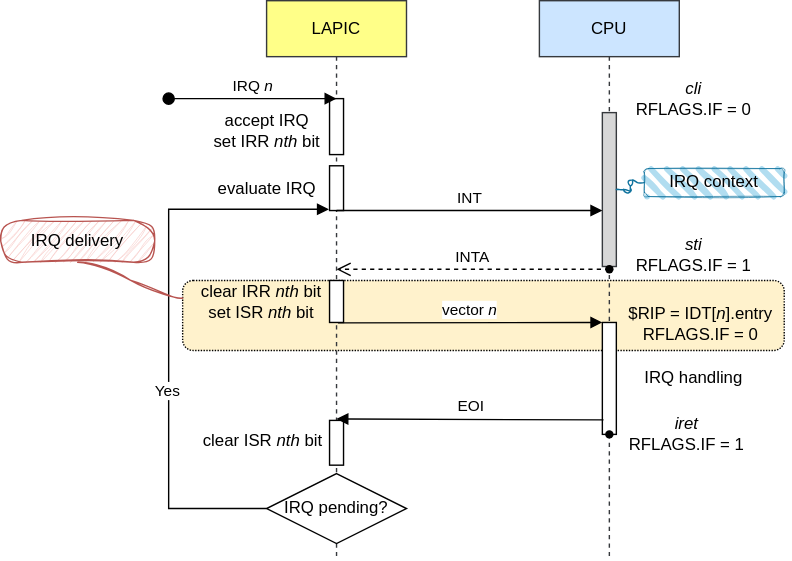
The draw.io diagram kernel/pic/irq_seq.svg in freelancer-leon/notes, before a commit. Source tidied: cells renumbered, new cells last; positions are measured from the earlier drawing's top-left corner, leaving out a move shared by most shapes.
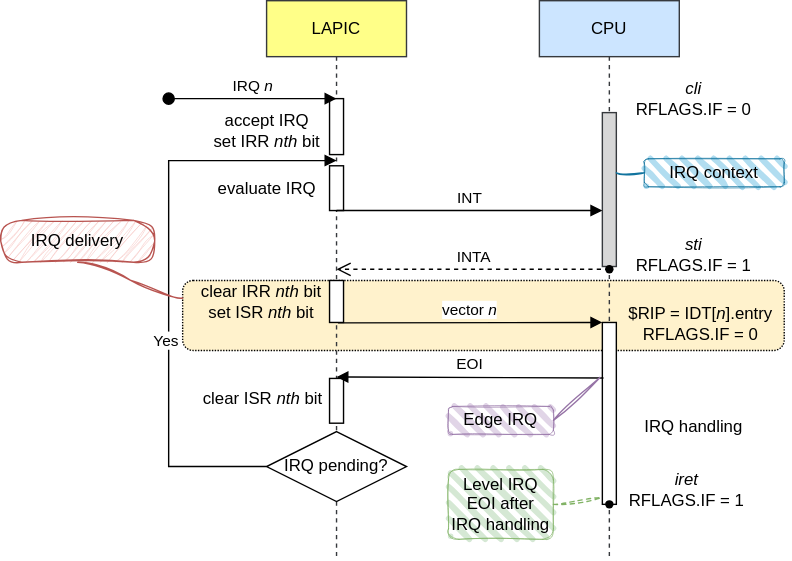
After the change.

Commit message:
irq/irq_seq.svg: revise the SVG

Change to the diagram source:
```diff
@@ -15,7 +15,7 @@
       <mxGeometry x="45" y="200" width="10" height="30" as="geometry" />
     </mxCell>
     <mxCell id="6" style="html=1;perimeter=orthogonalPerimeter;targetShapes=umlLifeline;newEdgeStyle={&quot;curved&quot;:0,&quot;rounded&quot;:0};" parent="3" vertex="1">
-      <mxGeometry x="45" y="300" width="10" height="32" as="geometry" />
+      <mxGeometry x="45" y="270" width="10" height="32" as="geometry" />
     </mxCell>
     <mxCell id="7" style="html=1;perimeter=orthogonalPerimeter;targetShapes=umlLifeline;newEdgeStyle={&quot;curved&quot;:0,&quot;rounded&quot;:0};" parent="3" vertex="1">
       <mxGeometry x="45" y="118" width="10" height="32" as="geometry" />
@@ -24,7 +24,7 @@
       <mxGeometry x="385" width="100" height="400" as="geometry" />
     </mxCell>
     <mxCell id="9" style="html=1;points=[[0,0,0,0,5],[0,1,0,0,-5],[1,0,0,0,5],[1,1,0,0,-5]];perimeter=orthogonalPerimeter;outlineConnect=0;targetShapes=umlLifeline;portConstraint=eastwest;newEdgeStyle={&quot;curved&quot;:0,&quot;rounded&quot;:0};" parent="8" vertex="1">
-      <mxGeometry x="45" y="230" width="10" height="80" as="geometry" />
+      <mxGeometry x="45" y="230" width="10" height="130" as="geometry" />
     </mxCell>
     <mxCell id="10" style="html=1;points=[[0,0,0,0,5],[0,1,0,0,-5],[1,0,0,0,5],[1,1,0,0,-5]];perimeter=orthogonalPerimeter;outlineConnect=0;targetShapes=umlLifeline;portConstraint=eastwest;newEdgeStyle={&quot;curved&quot;:0,&quot;rounded&quot;:0};fillColor=#D7D7D7;strokeColor=#36393d;" parent="8" vertex="1">
       <mxGeometry x="45" y="80" width="10" height="110" as="geometry" />
@@ -70,21 +70,22 @@
         <mxPoint x="240" y="192" as="targetPoint" />
       </mxGeometry>
     </mxCell>
-    <mxCell id="21" value="EOI" style="html=1;verticalAlign=bottom;endArrow=block;curved=0;rounded=0;exitX=-0.038;exitY=0.241;exitDx=0;exitDy=0;exitPerimeter=0;" parent="1" edge="1" source="24">
+    <mxCell id="21" value="EOI" style="html=1;verticalAlign=bottom;endArrow=block;curved=0;rounded=0;exitX=-0.038;exitY=0.241;exitDx=0;exitDy=0;exitPerimeter=0;" parent="1" edge="1">
       <mxGeometry relative="1" as="geometry">
-        <mxPoint x="239.9" y="299" as="targetPoint" />
+        <mxPoint x="430.8" y="269.6" as="sourcePoint" />
+        <mxPoint x="239.9" y="269" as="targetPoint" />
       </mxGeometry>
     </mxCell>
     <mxCell id="22" style="shape=waypoint;sketch=0;size=6;points=[];fillColor=none;perimeter=centerPerimeter;snapToPoint=1;" parent="1" vertex="1">
       <mxGeometry x="425" y="182" width="20" height="20" as="geometry" />
     </mxCell>
     <mxCell id="23" value="IRQ handling" style="text;html=1;align=center;verticalAlign=middle;strokeColor=none;fillColor=none;" parent="1" vertex="1">
-      <mxGeometry x="450" y="255" width="90" height="30" as="geometry" />
+      <mxGeometry x="450" y="290" width="90" height="30" as="geometry" />
     </mxCell>
     <mxCell id="24" value="&lt;i&gt;iret&lt;/i&gt;&lt;div&gt;RFLAGS.IF = 1&lt;/div&gt;" style="text;html=1;align=center;verticalAlign=middle;points=[];strokeColor=none;fillColor=none;" parent="1" vertex="1">
-      <mxGeometry x="435" y="290" width="110" height="40" as="geometry" />
+      <mxGeometry x="435" y="330" width="110" height="40" as="geometry" />
     </mxCell>
-    <mxCell id="25" style="html=1;verticalAlign=bottom;endArrow=block;rounded=0;edgeStyle=elbowEdgeStyle;exitX=0;exitY=0.5;exitDx=0;exitDy=0;entryX=0.995;entryY=0.97;entryDx=0;entryDy=0;entryPerimeter=0;" parent="1" edge="1" source="27" target="13">
+    <mxCell id="25" style="html=1;verticalAlign=bottom;endArrow=block;rounded=0;edgeStyle=elbowEdgeStyle;exitX=0;exitY=0.5;exitDx=0;exitDy=0;entryX=1;entryY=1.032;entryDx=0;entryDy=0;entryPerimeter=0;" parent="1" edge="1" source="27" target="12">
       <mxGeometry relative="1" as="geometry">
         <Array as="points">
           <mxPoint x="120" y="260" />
@@ -97,13 +98,13 @@
       </mxGeometry>
     </mxCell>
     <mxCell id="27" value="IRQ pending?" style="rhombus;whiteSpace=wrap;html=1;" parent="1" vertex="1">
-      <mxGeometry x="190" y="338" width="100" height="50" as="geometry" />
+      <mxGeometry x="190" y="308" width="100" height="50" as="geometry" />
     </mxCell>
     <mxCell id="28" style="shape=waypoint;sketch=0;size=6;fillColor=none;perimeter=centerPerimeter;" parent="1" vertex="1">
-      <mxGeometry x="425" y="300" width="20" height="20" as="geometry" />
+      <mxGeometry x="425" y="350" width="20" height="20" as="geometry" />
     </mxCell>
     <mxCell id="29" value="IRQ context" style="rounded=1;whiteSpace=wrap;html=1;strokeWidth=0.5;fillWeight=4;hachureGap=8;hachureAngle=45;fillColor=#b1ddf0;sketch=1;strokeColor=#10739e;" parent="1" vertex="1">
-      <mxGeometry x="460" y="120" width="100" height="20" as="geometry" />
+      <mxGeometry x="460" y="113" width="100" height="20" as="geometry" />
     </mxCell>
     <mxCell id="30" value="IRQ delivery" style="whiteSpace=wrap;html=1;rounded=1;arcSize=50;align=center;verticalAlign=middle;strokeWidth=1;spacing=4;newEdgeStyle={&quot;edgeStyle&quot;:&quot;entityRelationEdgeStyle&quot;,&quot;startArrow&quot;:&quot;none&quot;,&quot;endArrow&quot;:&quot;none&quot;,&quot;segment&quot;:10,&quot;curved&quot;:1,&quot;sourcePerimeterSpacing&quot;:0,&quot;targetPerimeterSpacing&quot;:0};fillColor=#f8cecc;strokeColor=#b85450;sketch=1;curveFitting=1;jiggle=2;" parent="1" vertex="1" collapsed="1">
       <mxGeometry y="157" width="110" height="30" as="geometry" />
@@ -115,18 +116,23 @@
         </Array>
       </mxGeometry>
     </mxCell>
-    <mxCell id="32" style="edgeStyle=entityRelationEdgeStyle;startArrow=none;endArrow=none;segment=10;curved=0;sourcePerimeterSpacing=0;targetPerimeterSpacing=0;exitX=0;exitY=0.5;exitDx=0;exitDy=0;sketch=1;curveFitting=1;jiggle=2;strokeColor=light-dark(#10739e, #ffa2ff);rounded=1;" parent="1" edge="1" source="29" target="10">
-      <mxGeometry relative="1" as="geometry">
-        <Array as="points">
-          <mxPoint x="242" y="164" />
-          <mxPoint x="532" y="74" />
-          <mxPoint x="480" y="120" />
-          <mxPoint x="492" y="94" />
-        </Array>
-      </mxGeometry>
+    <mxCell id="32" style="startArrow=none;endArrow=none;segment=10;sourcePerimeterSpacing=0;targetPerimeterSpacing=0;exitX=0;exitY=0.5;exitDx=0;exitDy=0;sketch=1;curveFitting=1;jiggle=2;strokeColor=light-dark(#10739e, #ffa2ff);rounded=1;" parent="1" edge="1" source="29" target="10">
+      <mxGeometry relative="1" as="geometry" />
     </mxCell>
     <mxCell id="33" value="clear ISR &lt;i&gt;nth&lt;/i&gt; bit" style="text;html=1;align=center;verticalAlign=middle;strokeColor=none;fillColor=none;" parent="1" vertex="1">
-      <mxGeometry x="132" y="300" width="110" height="30" as="geometry" />
+      <mxGeometry x="132" y="270" width="110" height="30" as="geometry" />
     </mxCell>
+    <mxCell id="34" value="Edge IRQ" style="rounded=1;whiteSpace=wrap;html=1;strokeWidth=0.5;fillWeight=4;hachureGap=8;hachureAngle=45;fillColor=#e1d5e7;sketch=1;strokeColor=#9673a6;shadow=0;" parent="1" vertex="1">
+      <mxGeometry x="320" y="290" width="75" height="20" as="geometry" />
+    </mxCell>
+    <mxCell id="35" style="startArrow=none;endArrow=none;segment=10;sourcePerimeterSpacing=0;targetPerimeterSpacing=0;exitX=1;exitY=0.5;exitDx=0;exitDy=0;sketch=1;curveFitting=1;jiggle=2;strokeColor=#9673a6;rounded=1;entryX=-0.178;entryY=0.303;entryDx=0;entryDy=0;entryPerimeter=0;fillColor=#e1d5e7;" parent="1" edge="1" source="34" target="9">
+      <mxGeometry relative="1" as="geometry" />
+    </mxCell>
+    <mxCell id="36" value="Level IRQ EOI after&lt;div&gt;IRQ handling&lt;/div&gt;" style="rounded=1;whiteSpace=wrap;html=1;strokeWidth=0.5;fillWeight=4;hachureGap=8;hachureAngle=45;fillColor=#d5e8d4;sketch=1;strokeColor=#82b366;shadow=0;" parent="1" vertex="1">
+      <mxGeometry x="320" y="335" width="75" height="50" as="geometry" />
+    </mxCell>
+    <mxCell id="37" style="startArrow=none;endArrow=none;segment=10;sourcePerimeterSpacing=0;targetPerimeterSpacing=0;exitX=1;exitY=0.5;exitDx=0;exitDy=0;sketch=1;curveFitting=1;jiggle=2;strokeColor=#82b366;rounded=1;entryX=0;entryY=1;entryDx=0;entryDy=-5;entryPerimeter=0;fillColor=#d5e8d4;dashed=1;" parent="1" edge="1" source="36" target="9">
+      <mxGeometry relative="1" as="geometry" />
+    </mxCell>
   </root>
 </mxGraphModel>
```
